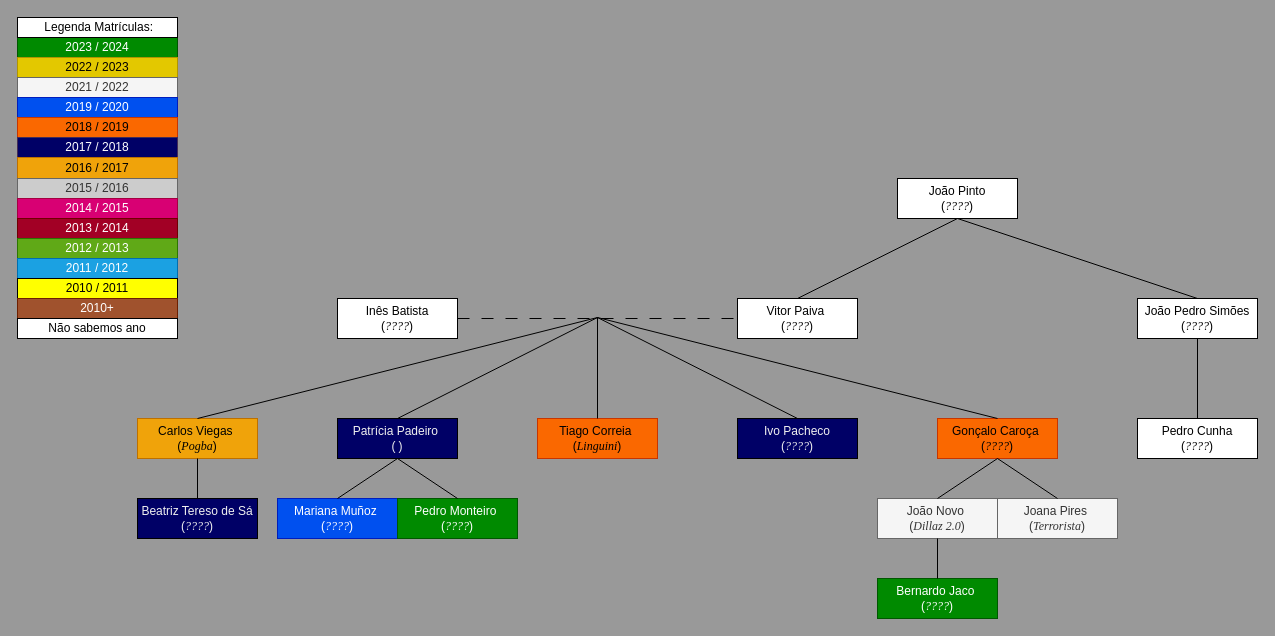
This is Draw.io/Familia_do_João_Pinto.drawio from pdmtmr/PDMTMRTESTLOCATION-AKA-ARBUSTO, a draw.io file, before an edit. Source tidied: cells renumbered, new cells numbered last; positions are measured from the earlier drawing's top-left corner, leaving out a move shared by most shapes. Both pictures are drawn from the tidied source at 100%, with x=0, y=0 at pixel (17, 17).
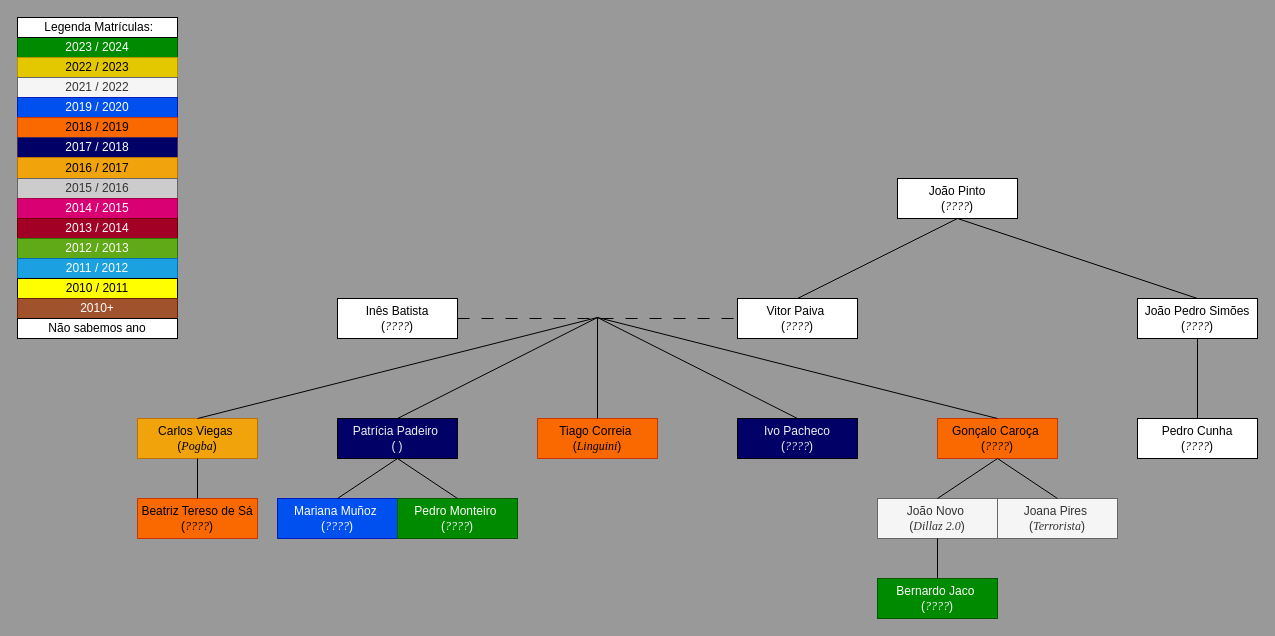
After the change.

Change to the diagram source:
```diff
@@
-    <mxCell id="47" value="&lt;div&gt;&lt;span style=&quot;background-color: initial;&quot;&gt;Beatriz Tereso de Sá&lt;/span&gt;&lt;/div&gt;&lt;div&gt;&lt;span style=&quot;background-color: initial;&quot;&gt;(&lt;font face=&quot;Times New Roman&quot;&gt;&lt;i&gt;????&lt;/i&gt;&lt;/font&gt;&lt;/span&gt;&lt;span style=&quot;background-color: initial;&quot;&gt;)&lt;/span&gt;&lt;/div&gt;" style="rounded=0;whiteSpace=wrap;html=1;fillColor=#000066;fontColor=#F0F0F0;" parent="1" vertex="1">
+    <mxCell id="47" value="&lt;div&gt;&lt;span style=&quot;background-color: initial;&quot;&gt;Beatriz Tereso de Sá&lt;/span&gt;&lt;/div&gt;&lt;div&gt;&lt;span style=&quot;background-color: initial;&quot;&gt;(&lt;font face=&quot;Times New Roman&quot;&gt;&lt;i&gt;????&lt;/i&gt;&lt;/font&gt;&lt;/span&gt;&lt;span style=&quot;background-color: initial;&quot;&gt;)&lt;/span&gt;&lt;/div&gt;" style="rounded=0;whiteSpace=wrap;html=1;fillColor=#fa6800;fontColor=#000000;strokeColor=#C73500;" parent="1" vertex="1">
       <mxGeometry x="120" y="481" width="120" height="40" as="geometry" />
     </mxCell>
```
